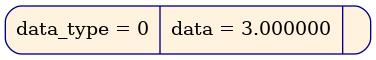
pupach/diff_tree keeps this Graphviz diagram as diff_tree/gr_dump/diff_tree_2.dot.png. Above is the earlier version. Its source is kept beside it as diff_tree/gr_dump/diff_tree_2.dot.
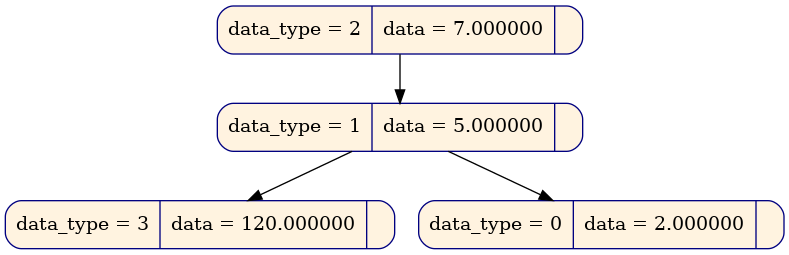
The same file after the commit.

Change to the diagram source:
```diff
@@ -1,5 +1,11 @@
 digraph
 {
 node [shape = Mrecord, color  = "navy", style = "filled"];
-node0x619000000a80[label = " data_type = 0 | data = 3.000000 | ", fillcolor = "#fff3e0", rank = 0];
+node0x619000000b28[label = " data_type = 2 | data = 7.000000 | ", fillcolor = "#fff3e0", rank = 0];
+node0x619000000af0[label = " data_type = 1 | data = 5.000000 | ", fillcolor = "#fff3e0", rank = 1];
+node0x619000000a80[label = " data_type = 3 | data = 120.000000 | ", fillcolor = "#fff3e0", rank = 2];
+node0x619000000ab8[label = " data_type = 0 | data = 2.000000 | ", fillcolor = "#fff3e0", rank = 2];
+node0x619000000b28 -> node0x619000000af0;
+node0x619000000af0 -> node0x619000000a80;
+node0x619000000af0 -> node0x619000000ab8;
 }
```
